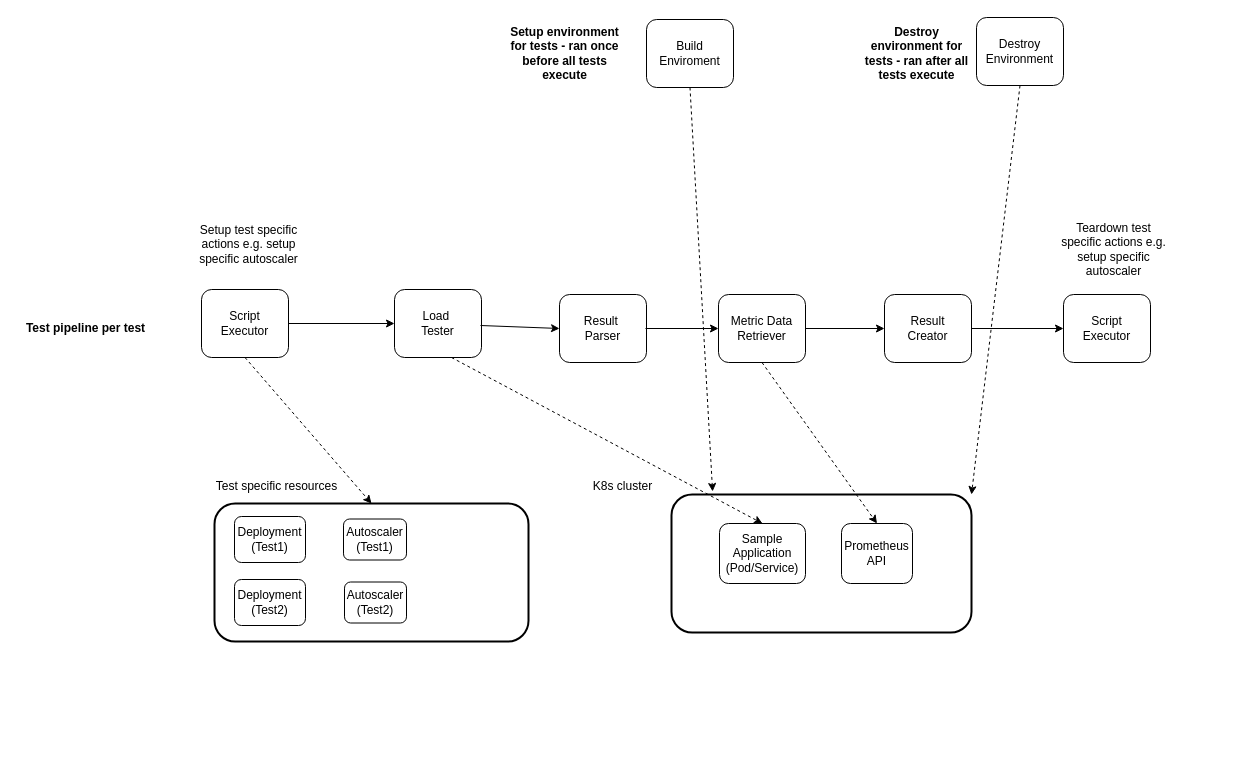
kerrystack/msc-project keeps this draw.io diagram as testframework.drawio. Above is the earlier version. Source tidied: cells renumbered, new cells numbered last; positions are measured from the earlier drawing's top-left corner, leaving out a move shared by most shapes. Both pictures are drawn from the tidied source at 100%, with x=0, y=0 at pixel (17, 17).
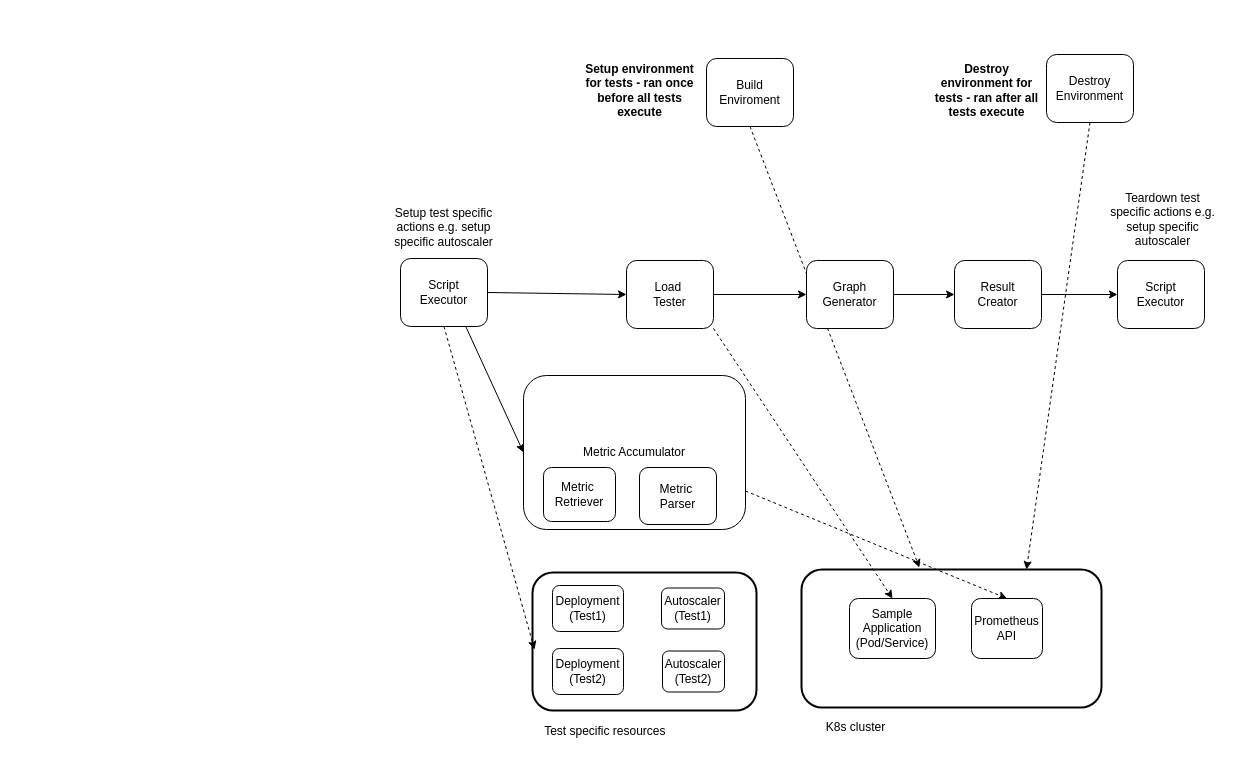
The same diagram, later.

What changed in the source:
```diff
@@
     <mxCell id="2" value="Result&lt;br&gt;Creator" style="rounded=1;whiteSpace=wrap;html=1;" parent="1" vertex="1">
-      <mxGeometry x="867" y="277" width="87" height="68" as="geometry" />
+      <mxGeometry x="937" y="243" width="87" height="68" as="geometry" />
     </mxCell>
-    <mxCell id="3" value="Result&amp;nbsp;&lt;br&gt;Parser" style="rounded=1;whiteSpace=wrap;html=1;" parent="1" vertex="1">
-      <mxGeometry x="542" y="277" width="87" height="68" as="geometry" />
-    </mxCell>
-    <mxCell id="4" value="Metric Data Retriever" style="rounded=1;whiteSpace=wrap;html=1;" parent="1" vertex="1">
-      <mxGeometry x="701" y="277" width="87" height="68" as="geometry" />
-    </mxCell>
     <mxCell id="5" value="Load&amp;nbsp;&lt;br&gt;Tester" style="rounded=1;whiteSpace=wrap;html=1;" parent="1" vertex="1">
-      <mxGeometry x="377" y="272" width="87" height="68" as="geometry" />
+      <mxGeometry x="609" y="243" width="87" height="68" as="geometry" />
     </mxCell>
     <mxCell id="6" value="Script &lt;br&gt;Executor" style="rounded=1;whiteSpace=wrap;html=1;" parent="1" vertex="1">
-      <mxGeometry x="184" y="272" width="87" height="68" as="geometry" />
+      <mxGeometry x="383" y="241" width="87" height="68" as="geometry" />
     </mxCell>
     <mxCell id="7" value="Setup test specific actions e.g. setup specific autoscaler" style="text;html=1;strokeColor=none;fillColor=none;align=center;verticalAlign=middle;whiteSpace=wrap;rounded=0;" parent="1" vertex="1">
-      <mxGeometry x="177" y="191" width="109" height="72" as="geometry" />
+      <mxGeometry x="372" y="174" width="109" height="72" as="geometry" />
     </mxCell>
     <mxCell id="8" value="Script &lt;br&gt;Executor" style="rounded=1;whiteSpace=wrap;html=1;" parent="1" vertex="1">
-      <mxGeometry x="1046" y="277" width="87" height="68" as="geometry" />
+      <mxGeometry x="1100" y="243" width="87" height="68" as="geometry" />
     </mxCell>
     <mxCell id="9" value="Teardown test specific actions e.g. setup specific autoscaler" style="text;html=1;strokeColor=none;fillColor=none;align=center;verticalAlign=middle;whiteSpace=wrap;rounded=0;" parent="1" vertex="1">
-      <mxGeometry x="1042" y="196" width="109" height="72" as="geometry" />
+      <mxGeometry x="1091" y="166" width="109" height="72" as="geometry" />
     </mxCell>
@@
-    <mxCell id="11" style="endArrow=classic;html=1;rounded=0;entryX=0;entryY=0.5;entryDx=0;entryDy=0;" parent="1" edge="1" target="3">
-      <mxGeometry relative="1" as="geometry">
-        <mxPoint x="463" y="308" as="sourcePoint" />
-      </mxGeometry>
-    </mxCell>
-    <mxCell id="12" style="endArrow=classic;html=1;rounded=0;entryX=0;entryY=0.5;entryDx=0;entryDy=0;" parent="1" edge="1" target="4">
-      <mxGeometry relative="1" as="geometry">
-        <mxPoint x="628" y="311" as="sourcePoint" />
-      </mxGeometry>
-    </mxCell>
-    <mxCell id="13" style="endArrow=classic;html=1;rounded=0;exitX=1;exitY=0.5;exitDx=0;exitDy=0;" parent="1" edge="1" source="4" target="2">
-      <mxGeometry relative="1" as="geometry" />
-    </mxCell>
@@
     <mxCell id="15" value="Sample&lt;br&gt;Application (Pod/Service)" style="rounded=1;whiteSpace=wrap;html=1;" parent="1" vertex="1">
-      <mxGeometry x="702" y="506" width="86" height="60" as="geometry" />
+      <mxGeometry x="832" y="581" width="86" height="60" as="geometry" />
     </mxCell>
     <mxCell id="16" value="Prometheus &lt;br&gt;API" style="rounded=1;whiteSpace=wrap;html=1;" parent="1" vertex="1">
-      <mxGeometry x="824" y="506" width="71" height="60" as="geometry" />
+      <mxGeometry x="954" y="581" width="71" height="60" as="geometry" />
     </mxCell>
     <mxCell id="17" style="rounded=1;whiteSpace=wrap;html=1;fillColor=none;strokeWidth=2;" parent="1" vertex="1">
-      <mxGeometry x="654" y="477" width="300" height="138" as="geometry" />
+      <mxGeometry x="784" y="552" width="300" height="138" as="geometry" />
     </mxCell>
     <mxCell id="18" value="K8s cluster" style="text;html=1;strokeColor=none;fillColor=none;align=center;verticalAlign=middle;whiteSpace=wrap;rounded=0;" parent="1" vertex="1">
-      <mxGeometry x="551" y="455" width="109" height="27" as="geometry" />
+      <mxGeometry x="784" y="696" width="109" height="27" as="geometry" />
     </mxCell>
     <mxCell id="19" style="rounded=1;whiteSpace=wrap;html=1;fillColor=none;strokeWidth=2;" parent="1" vertex="1">
-      <mxGeometry x="197" y="486" width="314" height="138" as="geometry" />
+      <mxGeometry x="515" y="555" width="224" height="138" as="geometry" />
     </mxCell>
-    <mxCell id="20" value="Test specific resources" style="text;html=1;strokeColor=none;fillColor=none;align=center;verticalAlign=middle;whiteSpace=wrap;rounded=0;" parent="1" vertex="1">
-      <mxGeometry x="193" y="455" width="133" height="27" as="geometry" />
+    <mxCell id="20" value="Test specific resources&amp;nbsp;" style="text;html=1;strokeColor=none;fillColor=none;align=center;verticalAlign=middle;whiteSpace=wrap;rounded=0;" parent="1" vertex="1">
+      <mxGeometry x="523" y="700" width="133" height="27" as="geometry" />
     </mxCell>
     <mxCell id="21" value="Deployment (Test1)" style="rounded=1;whiteSpace=wrap;html=1;" parent="1" vertex="1">
-      <mxGeometry x="217" y="499" width="71" height="46" as="geometry" />
+      <mxGeometry x="535" y="568" width="71" height="46" as="geometry" />
     </mxCell>
     <mxCell id="22" value="Autoscaler (Test1)" style="rounded=1;whiteSpace=wrap;html=1;" parent="1" vertex="1">
-      <mxGeometry x="326" y="501.5" width="63" height="41" as="geometry" />
+      <mxGeometry x="644" y="570.5" width="63" height="41" as="geometry" />
     </mxCell>
     <mxCell id="23" value="Deployment (Test2)" style="rounded=1;whiteSpace=wrap;html=1;" parent="1" vertex="1">
-      <mxGeometry x="217" y="562" width="71" height="46" as="geometry" />
+      <mxGeometry x="535" y="631" width="71" height="46" as="geometry" />
     </mxCell>
     <mxCell id="24" value="Autoscaler (Test2)" style="rounded=1;whiteSpace=wrap;html=1;" parent="1" vertex="1">
-      <mxGeometry x="327" y="564.5" width="62" height="41" as="geometry" />
+      <mxGeometry x="645" y="633.5" width="62" height="41" as="geometry" />
     </mxCell>
-    <mxCell id="25" style="endArrow=classic;html=1;rounded=0;exitX=0.5;exitY=1;exitDx=0;exitDy=0;entryX=0.5;entryY=0;entryDx=0;entryDy=0;dashed=1;" parent="1" edge="1" source="6" target="19">
+    <mxCell id="25" style="endArrow=classic;html=1;rounded=0;exitX=0.5;exitY=1;exitDx=0;exitDy=0;entryX=0.009;entryY=0.558;entryDx=0;entryDy=0;dashed=1;entryPerimeter=0;" parent="1" edge="1" source="6" target="19">
       <mxGeometry relative="1" as="geometry" />
     </mxCell>
     <mxCell id="26" value="Build Enviroment" style="rounded=1;whiteSpace=wrap;html=1;" parent="1" vertex="1">
-      <mxGeometry x="629" y="2" width="87" height="68" as="geometry" />
+      <mxGeometry x="689" y="41" width="87" height="68" as="geometry" />
     </mxCell>
-    <mxCell id="27" style="endArrow=classic;html=1;rounded=0;exitX=0.5;exitY=1;exitDx=0;exitDy=0;entryX=0.137;entryY=-0.022;entryDx=0;entryDy=0;dashed=1;entryPerimeter=0;" parent="1" edge="1" source="26" target="17">
+    <mxCell id="27" style="endArrow=classic;html=1;rounded=0;exitX=0.5;exitY=1;exitDx=0;exitDy=0;entryX=0.393;entryY=-0.014;entryDx=0;entryDy=0;dashed=1;entryPerimeter=0;" parent="1" edge="1" source="26" target="17">
       <mxGeometry relative="1" as="geometry" />
     </mxCell>
-    <mxCell id="28" style="endArrow=classic;html=1;rounded=0;exitX=0.5;exitY=1;exitDx=0;exitDy=0;dashed=1;entryX=0.5;entryY=0;entryDx=0;entryDy=0;" parent="1" edge="1" target="15">
-      <mxGeometry relative="1" as="geometry">
-        <mxPoint x="434" y="340" as="sourcePoint" />
-      </mxGeometry>
+    <mxCell id="28" style="endArrow=classic;html=1;rounded=0;exitX=1;exitY=1;exitDx=0;exitDy=0;dashed=1;entryX=0.5;entryY=0;entryDx=0;entryDy=0;" parent="1" edge="1" source="5" target="15">
+      <mxGeometry relative="1" as="geometry" />
     </mxCell>
-    <mxCell id="29" style="endArrow=classic;html=1;rounded=0;exitX=0.5;exitY=1;exitDx=0;exitDy=0;dashed=1;entryX=0.5;entryY=0;entryDx=0;entryDy=0;" parent="1" edge="1" source="4" target="16">
+    <mxCell id="29" style="endArrow=classic;html=1;rounded=0;dashed=1;entryX=0.5;entryY=0;entryDx=0;entryDy=0;exitX=1;exitY=0.75;exitDx=0;exitDy=0;" parent="1" edge="1" source="36" target="16">
       <mxGeometry relative="1" as="geometry" />
     </mxCell>
     <mxCell id="30" value="Setup environment for tests - ran once before all tests execute" style="text;html=1;strokeColor=none;fillColor=none;align=center;verticalAlign=middle;whiteSpace=wrap;rounded=0;fontStyle=1;" parent="1" vertex="1">
-      <mxGeometry x="488" width="119" height="72" as="geometry" />
+      <mxGeometry x="563" y="37" width="119" height="72" as="geometry" />
     </mxCell>
     <mxCell id="31" value="Destroy Environment" style="rounded=1;whiteSpace=wrap;html=1;" parent="1" vertex="1">
-      <mxGeometry x="959" width="87" height="68" as="geometry" />
+      <mxGeometry x="1029" y="37" width="87" height="68" as="geometry" />
     </mxCell>
     <mxCell id="32" value="Destroy environment for tests - ran after all tests execute" style="text;html=1;strokeColor=none;fillColor=none;align=center;verticalAlign=middle;whiteSpace=wrap;rounded=0;fontStyle=1;" parent="1" vertex="1">
-      <mxGeometry x="845" width="109" height="72" as="geometry" />
+      <mxGeometry x="915" y="37" width="109" height="72" as="geometry" />
     </mxCell>
-    <mxCell id="33" value="Test pipeline per test" style="text;html=1;strokeColor=none;fillColor=none;align=center;verticalAlign=middle;whiteSpace=wrap;rounded=0;fontStyle=1;" parent="1" vertex="1">
-      <mxGeometry y="275" width="137" height="72" as="geometry" />
-    </mxCell>
-    <mxCell id="34" style="endArrow=classic;html=1;rounded=0;exitX=0.5;exitY=1;exitDx=0;exitDy=0;entryX=1;entryY=0;entryDx=0;entryDy=0;dashed=1;" parent="1" edge="1" source="31" target="17">
+    <mxCell id="34" style="endArrow=classic;html=1;rounded=0;exitX=0.5;exitY=1;exitDx=0;exitDy=0;entryX=0.75;entryY=0;entryDx=0;entryDy=0;dashed=1;" parent="1" edge="1" source="31" target="17">
       <mxGeometry relative="1" as="geometry" />
     </mxCell>
+    <mxCell id="35" style="endArrow=classic;html=1;rounded=0;exitX=0.75;exitY=1;exitDx=0;exitDy=0;entryX=0;entryY=0.5;entryDx=0;entryDy=0;" parent="1" edge="1" source="6" target="36">
+      <mxGeometry relative="1" as="geometry" />
+    </mxCell>
+    <mxCell id="36" value="Metric Accumulator" style="rounded=1;whiteSpace=wrap;html=1;align=center;" parent="1" vertex="1">
+      <mxGeometry x="506" y="358" width="222" height="154" as="geometry" />
+    </mxCell>
+    <mxCell id="37" value="Metric&amp;nbsp;&lt;br&gt;Retriever" style="rounded=1;whiteSpace=wrap;html=1;" parent="1" vertex="1">
+      <mxGeometry x="526" y="450" width="72" height="54" as="geometry" />
+    </mxCell>
+    <mxCell id="38" value="Metric&amp;nbsp;&lt;br&gt;Parser" style="rounded=1;whiteSpace=wrap;html=1;" parent="1" vertex="1">
+      <mxGeometry x="622" y="450" width="77" height="57" as="geometry" />
+    </mxCell>
+    <mxCell id="39" value="Graph Generator" style="rounded=1;whiteSpace=wrap;html=1;" parent="1" vertex="1">
+      <mxGeometry x="789" y="243" width="87" height="68" as="geometry" />
+    </mxCell>
+    <mxCell id="40" style="endArrow=classic;html=1;rounded=0;exitX=1;exitY=0.5;exitDx=0;exitDy=0;entryX=0;entryY=0.5;entryDx=0;entryDy=0;" parent="1" edge="1" source="5" target="39">
+      <mxGeometry relative="1" as="geometry" />
+    </mxCell>
+    <mxCell id="41" style="endArrow=classic;html=1;rounded=0;exitX=1;exitY=0.5;exitDx=0;exitDy=0;" parent="1" edge="1" source="39" target="2">
+      <mxGeometry relative="1" as="geometry" />
+    </mxCell>
```
